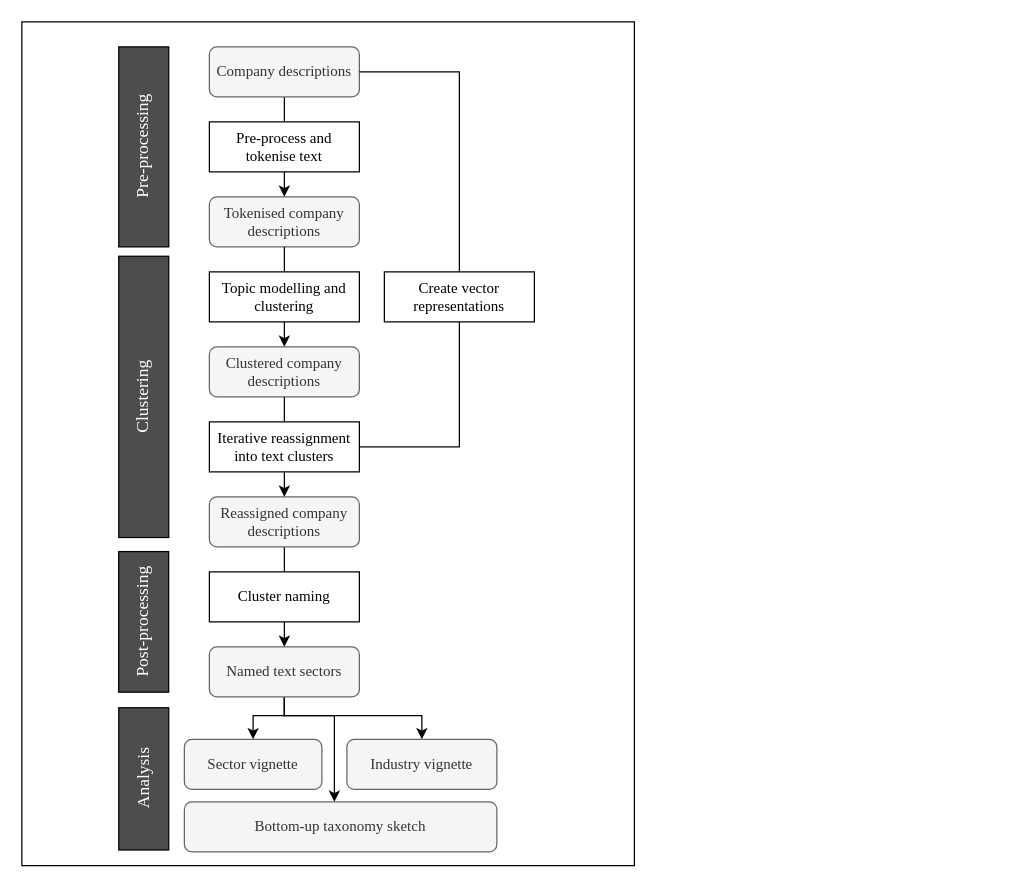
nestauk/industrial-taxonomy keeps this draw.io diagram as reports/tables_figures/industrial_taxonomy_pipeline.drawio. Above is the earlier version. Source tidied: cells renumbered, new cells numbered last; positions are measured from the earlier drawing's top-left corner, leaving out a move shared by most shapes. Both pictures are drawn from the tidied source at 125%, with x=0, y=0 at pixel (2, 21).
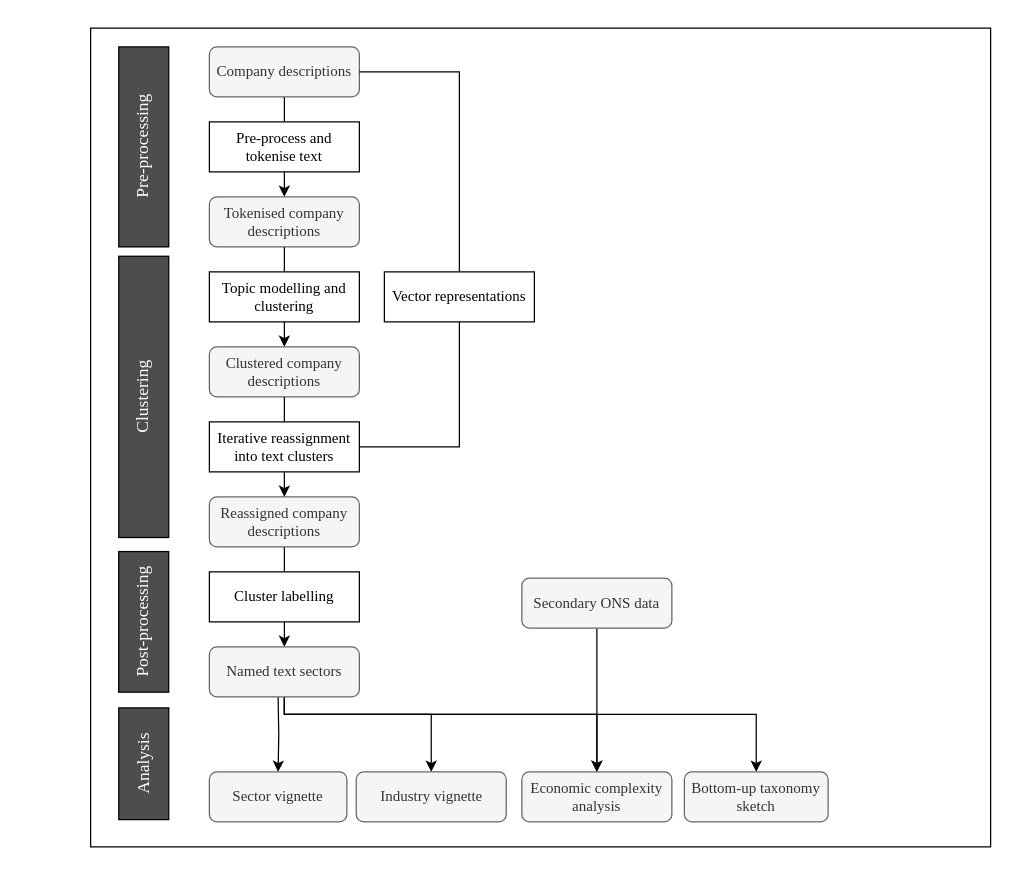
Above is the later version.

Unchanged cells that the change refers to:
```xml
<mxCell id="23" value="Named text sectors" style="rounded=1;whiteSpace=wrap;html=1;fillColor=#f5f5f5;strokeColor=#666666;fontColor=#333333;fontFamily=Times New Roman;" parent="1" vertex="1">
  <mxGeometry x="165" y="500" width="120" height="40" as="geometry" />
</mxCell>
```

What changed in the source:
```diff
@@
+    <mxCell id="28" style="rounded=0;whiteSpace=wrap;html=1;fillColor=none;" parent="1" vertex="1">
+      <mxGeometry x="70" y="5" width="720" height="655" as="geometry" />
+    </mxCell>
@@
-    <mxCell id="17" value="Create vector representations" style="rounded=0;whiteSpace=wrap;html=1;fontFamily=Times New Roman;" parent="1" vertex="1">
+    <mxCell id="17" value="Vector representations" style="rounded=0;whiteSpace=wrap;html=1;fontFamily=Times New Roman;" parent="1" vertex="1">
       <mxGeometry x="305" y="200" width="120" height="40" as="geometry" />
     </mxCell>
@@
-    <mxCell id="19" value="Cluster naming" style="rounded=0;whiteSpace=wrap;html=1;fontFamily=Times New Roman;" parent="1" vertex="1">
+    <mxCell id="19" value="Cluster labelling" style="rounded=0;whiteSpace=wrap;html=1;fontFamily=Times New Roman;" parent="1" vertex="1">
       <mxGeometry x="165" y="440" width="120" height="40" as="geometry" />
     </mxCell>
-    <mxCell id="20" style="edgeStyle=orthogonalEdgeStyle;rounded=0;jettySize=auto;html=1;exitX=0.5;exitY=1;exitDx=0;exitDy=0;startArrow=none;startFill=0;endArrow=classic;endFill=1;" parent="1" edge="1" source="23" target="25">
-      <mxGeometry relative="1" as="geometry">
-        <Array as="points">
-          <mxPoint x="225" y="555" />
-          <mxPoint x="200" y="555" />
-        </Array>
-      </mxGeometry>
-    </mxCell>
+    <mxCell id="29" style="edgeStyle=orthogonalEdgeStyle;rounded=0;jettySize=auto;html=1;entryX=0.5;entryY=0;entryDx=0;entryDy=0;" parent="1" edge="1" target="25">
+      <mxGeometry relative="1" as="geometry">
+        <mxPoint x="220" y="540" as="sourcePoint" />
+      </mxGeometry>
+    </mxCell>
-    <mxCell id="21" style="edgeStyle=orthogonalEdgeStyle;rounded=0;jettySize=auto;html=1;exitX=0.5;exitY=1;exitDx=0;exitDy=0;startArrow=none;startFill=0;endArrow=classic;endFill=1;" parent="1" edge="1" source="23" target="26">
+    <mxCell id="21" style="edgeStyle=orthogonalEdgeStyle;rounded=0;jettySize=auto;html=1;exitX=0.5;exitY=1;exitDx=0;exitDy=0;entryX=0.5;entryY=0;entryDx=0;entryDy=0;" parent="1" edge="1" source="23" target="26">
       <mxGeometry relative="1" as="geometry">
         <Array as="points">
-          <mxPoint x="225" y="555" />
-          <mxPoint x="335" y="555" />
+          <mxPoint x="225" y="554" />
+          <mxPoint x="343" y="554" />
         </Array>
       </mxGeometry>
     </mxCell>
+    <mxCell id="30" style="edgeStyle=orthogonalEdgeStyle;rounded=0;jettySize=auto;html=1;exitX=0.5;exitY=1;exitDx=0;exitDy=0;" parent="1" edge="1" source="23" target="31">
+      <mxGeometry relative="1" as="geometry">
+        <Array as="points">
+          <mxPoint x="225" y="554" />
+          <mxPoint x="475" y="554" />
+        </Array>
+      </mxGeometry>
+    </mxCell>
-    <mxCell id="22" style="edgeStyle=orthogonalEdgeStyle;rounded=0;jettySize=auto;html=1;exitX=0.5;exitY=1;exitDx=0;exitDy=0;startArrow=none;startFill=0;endArrow=classic;endFill=1;" parent="1" edge="1" source="23" target="27">
+    <mxCell id="22" style="edgeStyle=orthogonalEdgeStyle;rounded=0;jettySize=auto;html=1;exitX=0.5;exitY=1;exitDx=0;exitDy=0;entryX=0.5;entryY=0;entryDx=0;entryDy=0;" parent="1" edge="1" source="23" target="27">
       <mxGeometry relative="1" as="geometry">
         <Array as="points">
-          <mxPoint x="225" y="555" />
-          <mxPoint x="265" y="555" />
+          <mxPoint x="225" y="554" />
+          <mxPoint x="603" y="554" />
         </Array>
       </mxGeometry>
     </mxCell>
@@
     <mxCell id="24" value="&lt;font color=&quot;#ffffff&quot; style=&quot;font-size: 14px&quot;&gt;Analysis&lt;br style=&quot;font-size: 14px&quot;&gt;&lt;/font&gt;" style="rounded=0;whiteSpace=wrap;html=1;fontFamily=Times New Roman;rotation=-90;fontSize=14;align=center;fillColor=#4D4D4D;" parent="1" vertex="1">
-      <mxGeometry x="55.6" y="585.6" width="113.8" height="40" as="geometry" />
+      <mxGeometry x="67.8" y="573.5" width="89.4" height="40" as="geometry" />
     </mxCell>
     <mxCell id="25" value="Sector vignette" style="rounded=1;whiteSpace=wrap;html=1;fillColor=#f5f5f5;strokeColor=#666666;fontColor=#333333;fontFamily=Times New Roman;" parent="1" vertex="1">
-      <mxGeometry x="145" y="574" width="110" height="40" as="geometry" />
+      <mxGeometry x="165" y="600" width="110" height="40" as="geometry" />
     </mxCell>
     <mxCell id="26" value="Industry vignette" style="rounded=1;whiteSpace=wrap;html=1;fillColor=#f5f5f5;strokeColor=#666666;fontColor=#333333;fontFamily=Times New Roman;" parent="1" vertex="1">
-      <mxGeometry x="275" y="574" width="120" height="40" as="geometry" />
+      <mxGeometry x="282.5" y="600" width="120" height="40" as="geometry" />
     </mxCell>
     <mxCell id="27" value="Bottom-up taxonomy sketch" style="rounded=1;whiteSpace=wrap;html=1;fillColor=#f5f5f5;strokeColor=#666666;fontColor=#333333;fontFamily=Times New Roman;" parent="1" vertex="1">
-      <mxGeometry x="145" y="624" width="250" height="40" as="geometry" />
+      <mxGeometry x="545" y="600" width="115" height="40" as="geometry" />
     </mxCell>
-    <mxCell id="28" style="rounded=0;whiteSpace=wrap;html=1;fillColor=none;" parent="1" vertex="1">
-      <mxGeometry x="15" width="490" height="675" as="geometry" />
-    </mxCell>
+    <mxCell id="31" value="Economic complexity analysis" style="rounded=1;whiteSpace=wrap;html=1;fillColor=#f5f5f5;strokeColor=#666666;fontColor=#333333;fontFamily=Times New Roman;" parent="1" vertex="1">
+      <mxGeometry x="415" y="600" width="120" height="40" as="geometry" />
+    </mxCell>
+    <mxCell id="32" style="edgeStyle=orthogonalEdgeStyle;rounded=0;jettySize=auto;html=1;exitX=0.5;exitY=1;exitDx=0;exitDy=0;entryX=0.5;entryY=0;entryDx=0;entryDy=0;" parent="1" edge="1" source="33" target="31">
+      <mxGeometry relative="1" as="geometry" />
+    </mxCell>
+    <mxCell id="33" value="Secondary ONS data" style="rounded=1;whiteSpace=wrap;html=1;fillColor=#f5f5f5;strokeColor=#666666;fontColor=#333333;fontFamily=Times New Roman;" parent="1" vertex="1">
+      <mxGeometry x="415" y="445" width="120" height="40" as="geometry" />
+    </mxCell>
```
